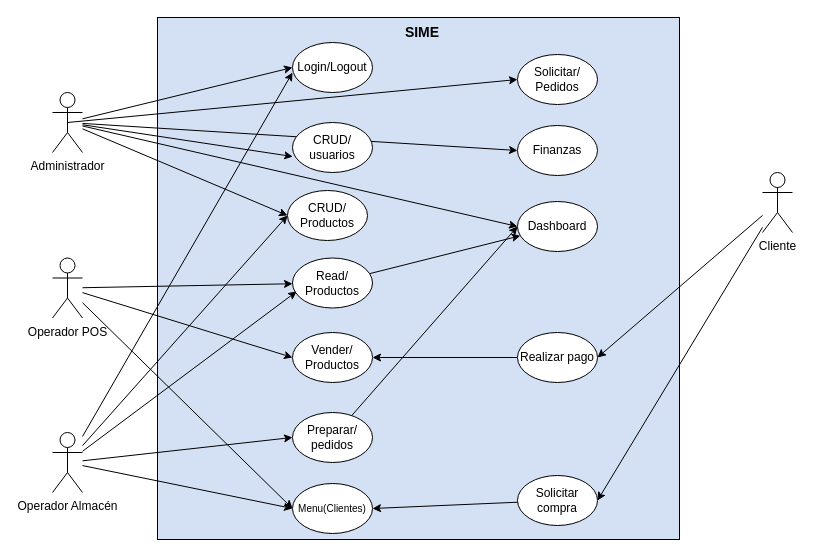
DatrixYB/SIME keeps this draw.io diagram as page "Página-2" (2 of 3) of DiagramaProcesos.drawio. Above is the earlier version. Source tidied: cells renumbered, new cells numbered last; positions are measured from the earlier drawing's top-left corner, leaving out a move shared by most shapes. Both pictures are drawn from the tidied source at 100%, with x=0, y=0 at pixel (52, 17).
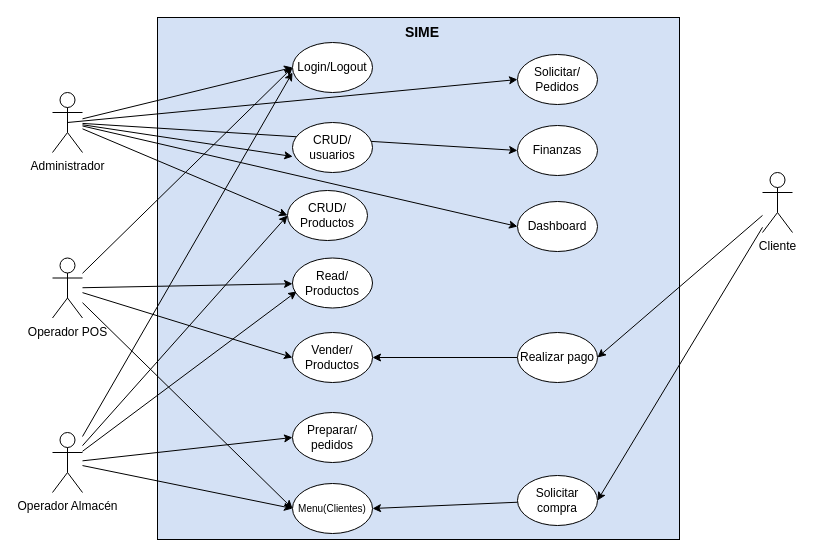
Above is the later version.

Unchanged cells that the change refers to:
```xml
<mxCell id="19" value="Operador POS" style="shape=umlActor;verticalLabelPosition=bottom;verticalAlign=top;html=1;outlineConnect=0;" parent="1" vertex="1">
  <mxGeometry y="240.5" width="30" height="60" as="geometry" />
</mxCell>
<mxCell id="20" value="Login/Logout" style="ellipse;whiteSpace=wrap;html=1;" parent="1" vertex="1">
  <mxGeometry x="240" y="25" width="80" height="50" as="geometry" />
</mxCell>
<mxCell id="25" value="Read/&lt;div&gt;Productos&lt;/div&gt;" style="ellipse;whiteSpace=wrap;html=1;" parent="1" vertex="1">
  <mxGeometry x="240" y="240.5" width="80" height="50" as="geometry" />
</mxCell>
<mxCell id="34" value="Preparar/ pedidos" style="ellipse;whiteSpace=wrap;html=1;" parent="1" vertex="1">
  <mxGeometry x="240" y="395" width="80" height="50" as="geometry" />
</mxCell>
<mxCell id="38" value="Dashboard" style="ellipse;whiteSpace=wrap;html=1;" parent="1" vertex="1">
  <mxGeometry x="465" y="184" width="80" height="50" as="geometry" />
</mxCell>
```

Diff of the diagram source:
```diff
@@
+    <mxCell id="40" style="rounded=0;jettySize=auto;html=1;entryX=0;entryY=0.5;entryDx=0;entryDy=0;" parent="1" edge="1" source="19" target="20">
+      <mxGeometry relative="1" as="geometry" />
+    </mxCell>
@@
-    <mxCell id="24" style="rounded=0;jettySize=auto;html=1;" parent="1" edge="1" source="25" target="38">
-      <mxGeometry relative="1" as="geometry" />
-    </mxCell>
@@
-    <mxCell id="33" style="rounded=0;jettySize=auto;html=1;entryX=0;entryY=0.5;entryDx=0;entryDy=0;" parent="1" edge="1" source="34" target="38">
-      <mxGeometry relative="1" as="geometry" />
-    </mxCell>
```
